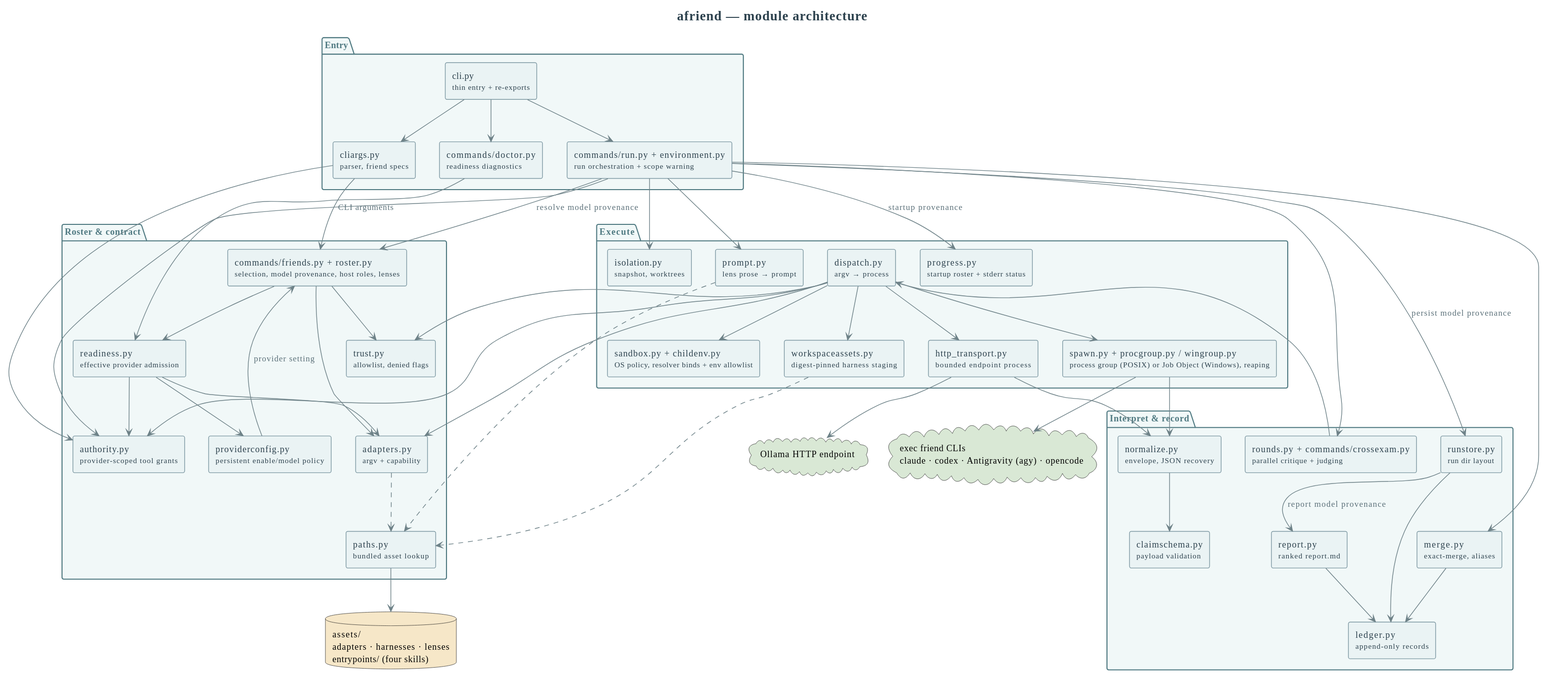
Earlier version of the PlantUML export docs/architecture/components.svg (livingstaccato/afriend).
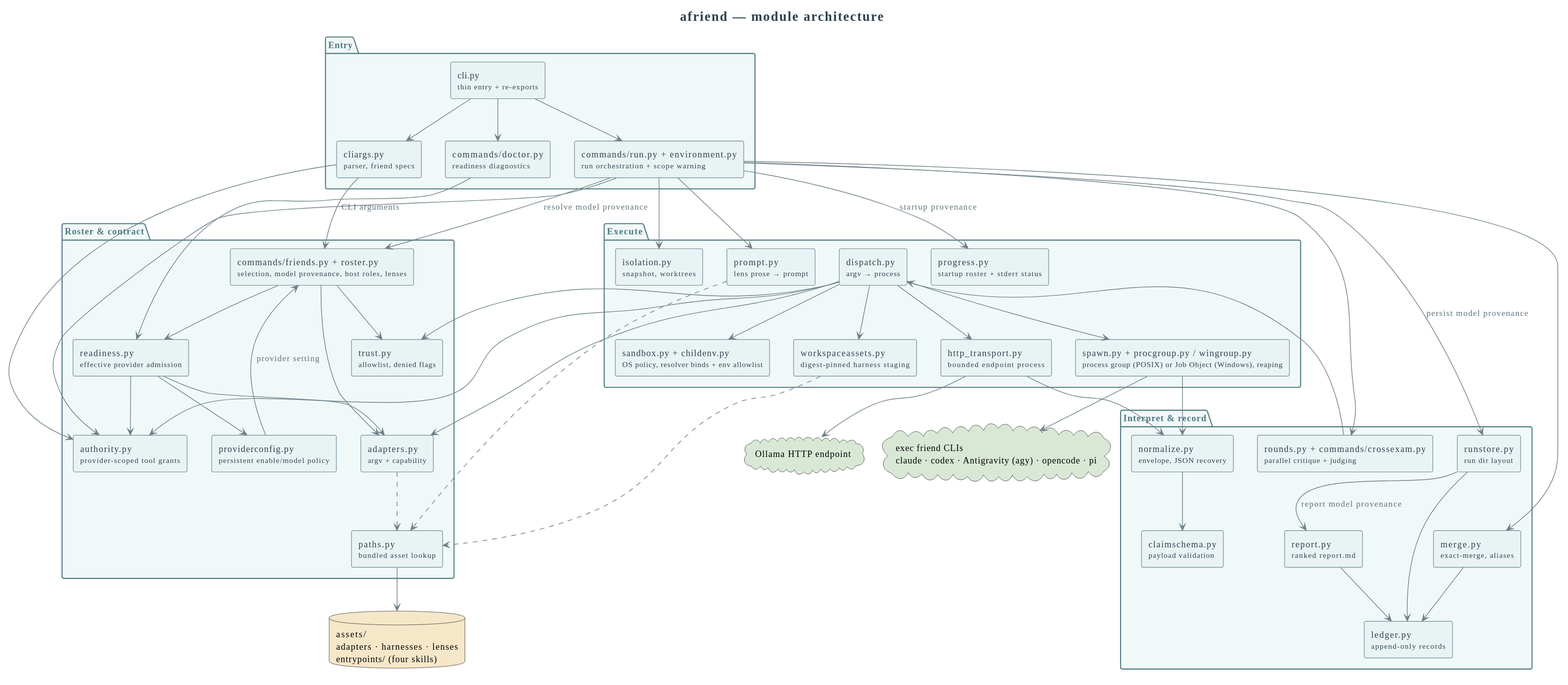
After the commit.

What changed in the source:
```diff
@@ -71,7 +71,7 @@
 }
 
 database "assets/\nadapters · harnesses · lenses\nentrypoints/ (four skills)" as ASSETS #F6E7C8
-cloud "exec friend CLIs\nclaude · codex · Antigravity (agy) · opencode" as FRIENDS #D9E8D5
+cloud "exec friend CLIs\nclaude · codex · Antigravity (agy) · opencode · pi" as FRIENDS #D9E8D5
 cloud "Ollama HTTP endpoint" as HTTP #D9E8D5
 
 CLI --> ARGS
```
